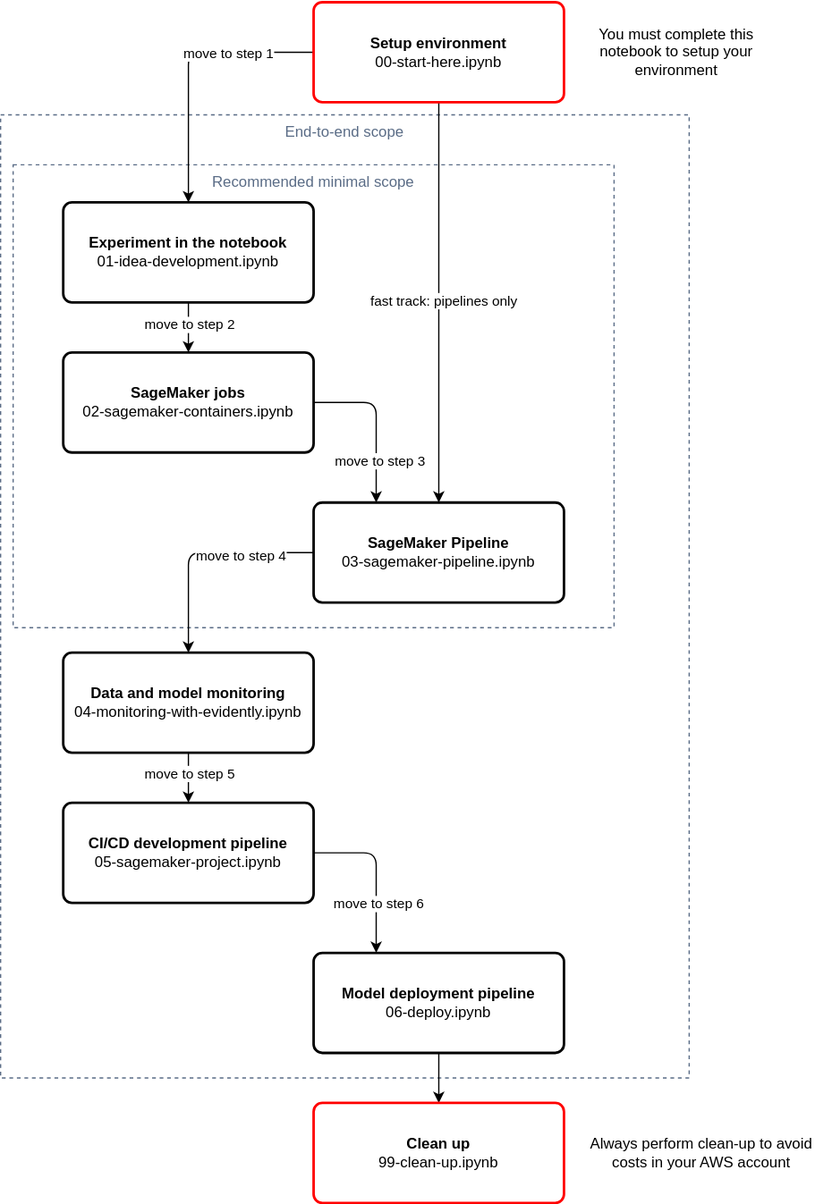
Before: design/workshop-flow.drawio.svg, a diagram exported from draw.io (aws-samples/amazon-sagemaker-from-idea-to-production). Source tidied: cells renumbered, new cells last; positions are measured from the earlier drawing's top-left corner, leaving out a move shared by most shapes.
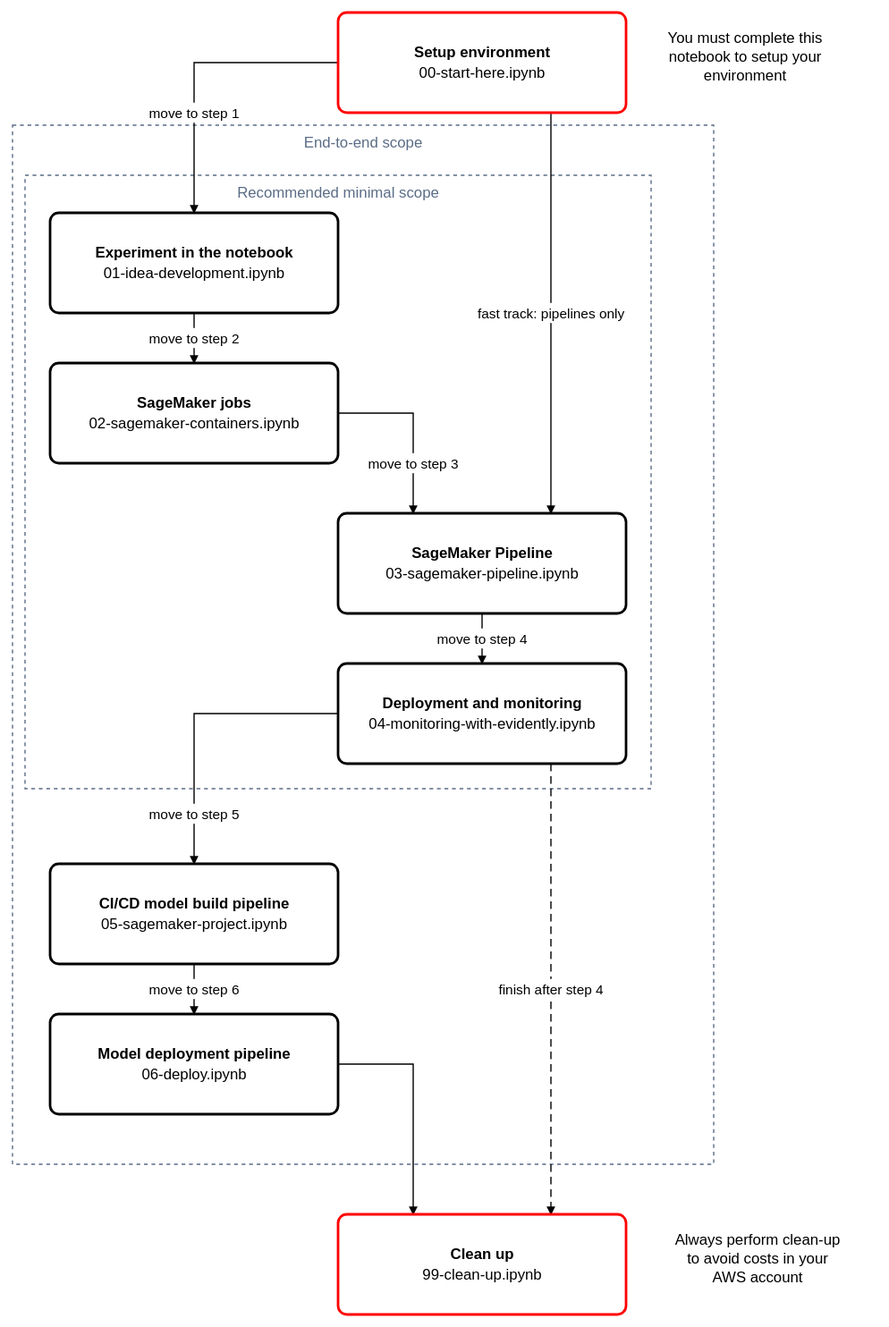
Later version of the same file.

Commit message:
Rebuild workshop flow diagram for new step order

The edit, as a diff of the source:
```diff
@@ -2,108 +2,131 @@
   <root>
     <mxCell id="0" />
     <mxCell id="1" parent="0" />
-    <mxCell id="2" value="End-to-end scope" style="fillColor=none;strokeColor=#5A6C86;dashed=1;verticalAlign=top;fontStyle=0;fontColor=#5A6C86;" parent="1" vertex="1">
-      <mxGeometry y="90" width="550" height="770" as="geometry" />
+    <mxCell id="2" value="End-to-end scope" style="fillColor=none;strokeColor=#5A6C86;dashed=1;verticalAlign=top;fontColor=#5A6C86;" parent="1" vertex="1">
+      <mxGeometry y="90" width="560" height="830" as="geometry" />
     </mxCell>
-    <mxCell id="3" value="Recommended minimal scope" style="fillColor=none;strokeColor=#5A6C86;dashed=1;verticalAlign=top;fontStyle=0;fontColor=#5A6C86;" parent="1" vertex="1">
-      <mxGeometry x="10" y="130" width="480" height="370" as="geometry" />
+    <mxCell id="3" value="Recommended minimal scope" style="fillColor=none;strokeColor=#5A6C86;dashed=1;verticalAlign=top;fontColor=#5A6C86;" parent="1" vertex="1">
+      <mxGeometry x="10" y="130" width="500" height="490" as="geometry" />
     </mxCell>
-    <mxCell id="4" style="edgeStyle=none;html=1;exitX=0.5;exitY=1;exitDx=0;exitDy=0;" parent="1" edge="1" source="8" target="17">
-      <mxGeometry relative="1" as="geometry" />
-    </mxCell>
-    <mxCell id="5" value="fast track: pipelines only" style="edgeLabel;html=1;align=center;verticalAlign=middle;" parent="4" vertex="1">
-      <mxGeometry x="-0.02" y="3" relative="1" as="geometry" />
-    </mxCell>
-    <mxCell id="6" style="edgeStyle=none;html=1;entryX=0.5;entryY=0;entryDx=0;entryDy=0;" parent="1" edge="1" source="8" target="11">
-      <mxGeometry relative="1" as="geometry">
-        <Array as="points">
-          <mxPoint x="150" y="40" />
-        </Array>
-      </mxGeometry>
-    </mxCell>
-    <mxCell id="7" value="move to step 1" style="edgeLabel;html=1;align=center;verticalAlign=middle;" parent="6" vertex="1">
-      <mxGeometry x="-0.37" relative="1" as="geometry" />
-    </mxCell>
     <mxCell id="8" value="&lt;b&gt;Setup environment&lt;/b&gt;&lt;br&gt;00-start-here.ipynb" style="rounded=1;whiteSpace=wrap;html=1;absoluteArcSize=1;arcSize=14;strokeWidth=2;strokeColor=#FF0000;" parent="1" vertex="1">
-      <mxGeometry x="250" width="200" height="80" as="geometry" />
+      <mxGeometry x="260" width="230" height="80" as="geometry" />
     </mxCell>
-    <mxCell id="9" style="edgeStyle=none;html=1;" parent="1" edge="1" source="11" target="14">
-      <mxGeometry relative="1" as="geometry" />
-    </mxCell>
-    <mxCell id="10" value="move to step 2" style="edgeLabel;html=1;align=center;verticalAlign=middle;" parent="9" vertex="1">
-      <mxGeometry x="-0.17" relative="1" as="geometry" />
-    </mxCell>
     <mxCell id="11" value="&lt;b&gt;Experiment in the notebook&lt;/b&gt;&lt;br&gt;01-idea-development.ipynb" style="rounded=1;whiteSpace=wrap;html=1;absoluteArcSize=1;arcSize=14;strokeWidth=2;" parent="1" vertex="1">
-      <mxGeometry x="50" y="160" width="200" height="80" as="geometry" />
+      <mxGeometry x="30" y="160" width="230" height="80" as="geometry" />
     </mxCell>
-    <mxCell id="12" style="edgeStyle=none;html=1;entryX=0.25;entryY=0;entryDx=0;entryDy=0;" parent="1" edge="1" source="14" target="17">
-      <mxGeometry relative="1" as="geometry">
-        <Array as="points">
-          <mxPoint x="300" y="320" />
-        </Array>
-      </mxGeometry>
-    </mxCell>
-    <mxCell id="13" value="move to step 3" style="edgeLabel;html=1;align=center;verticalAlign=middle;" parent="12" vertex="1">
-      <mxGeometry x="0.47" y="2" relative="1" as="geometry">
-        <mxPoint y="1" as="offset" />
-      </mxGeometry>
-    </mxCell>
     <mxCell id="14" value="&lt;b&gt;SageMaker jobs&lt;/b&gt;&lt;br&gt;02-sagemaker-containers.ipynb" style="rounded=1;whiteSpace=wrap;html=1;absoluteArcSize=1;arcSize=14;strokeWidth=2;" parent="1" vertex="1">
-      <mxGeometry x="50" y="280" width="200" height="80" as="geometry" />
+      <mxGeometry x="30" y="280" width="230" height="80" as="geometry" />
     </mxCell>
-    <mxCell id="15" style="edgeStyle=none;html=1;entryX=0.5;entryY=0;entryDx=0;entryDy=0;" parent="1" edge="1" source="17" target="20">
-      <mxGeometry relative="1" as="geometry">
-        <Array as="points">
-          <mxPoint x="150" y="440" />
-        </Array>
-      </mxGeometry>
-    </mxCell>
-    <mxCell id="16" value="move to step 4" style="edgeLabel;html=1;align=center;verticalAlign=middle;" parent="15" vertex="1">
-      <mxGeometry x="-0.34" y="2" relative="1" as="geometry" />
-    </mxCell>
     <mxCell id="17" value="&lt;b&gt;SageMaker Pipeline&lt;/b&gt;&lt;br&gt;03-sagemaker-pipeline.ipynb" style="rounded=1;whiteSpace=wrap;html=1;absoluteArcSize=1;arcSize=14;strokeWidth=2;" parent="1" vertex="1">
-      <mxGeometry x="250" y="400" width="200" height="80" as="geometry" />
+      <mxGeometry x="260" y="400" width="230" height="80" as="geometry" />
     </mxCell>
-    <mxCell id="18" style="edgeStyle=none;html=1;" parent="1" edge="1" source="20" target="23">
-      <mxGeometry relative="1" as="geometry" />
-    </mxCell>
-    <mxCell id="19" value="move to step 5" style="edgeLabel;html=1;align=center;verticalAlign=middle;" parent="18" vertex="1">
-      <mxGeometry x="-0.23" relative="1" as="geometry" />
-    </mxCell>
-    <mxCell id="20" value="&lt;b&gt;Data and model monitoring&lt;/b&gt;&lt;br&gt;04-monitoring-with-evidently.ipynb" style="rounded=1;whiteSpace=wrap;html=1;absoluteArcSize=1;arcSize=14;strokeWidth=2;" parent="1" vertex="1">
-      <mxGeometry x="50" y="520" width="200" height="80" as="geometry" />
-    </mxCell>
-    <mxCell id="21" style="edgeStyle=none;html=1;entryX=0.25;entryY=0;entryDx=0;entryDy=0;" parent="1" edge="1" source="23" target="25">
-      <mxGeometry relative="1" as="geometry">
-        <Array as="points">
-          <mxPoint x="300" y="680" />
-        </Array>
-      </mxGeometry>
-    </mxCell>
-    <mxCell id="22" value="move to step 6" style="edgeLabel;html=1;align=center;verticalAlign=middle;" parent="21" vertex="1">
-      <mxGeometry x="0.38" y="1" relative="1" as="geometry">
-        <mxPoint y="1" as="offset" />
-      </mxGeometry>
-    </mxCell>
-    <mxCell id="23" value="&lt;b&gt;CI/CD development pipeline&lt;/b&gt;&lt;br&gt;05-sagemaker-project.ipynb" style="rounded=1;whiteSpace=wrap;html=1;absoluteArcSize=1;arcSize=14;strokeWidth=2;" parent="1" vertex="1">
-      <mxGeometry x="50" y="640" width="200" height="80" as="geometry" />
-    </mxCell>
-    <mxCell id="24" style="edgeStyle=none;html=1;" parent="1" edge="1" source="25">
-      <mxGeometry relative="1" as="geometry">
-        <mxPoint x="350" y="880" as="targetPoint" />
-      </mxGeometry>
-    </mxCell>
+    <mxCell id="29" value="&lt;b&gt;Deployment and monitoring&lt;/b&gt;&lt;br&gt;04-monitoring-with-evidently.ipynb" style="rounded=1;whiteSpace=wrap;html=1;absoluteArcSize=1;arcSize=14;strokeWidth=2;" parent="1" vertex="1">
+      <mxGeometry x="260" y="520" width="230" height="80" as="geometry" />
+    </mxCell>
+    <mxCell id="30" value="&lt;b&gt;CI/CD model build pipeline&lt;/b&gt;&lt;br&gt;05-sagemaker-project.ipynb" style="rounded=1;whiteSpace=wrap;html=1;absoluteArcSize=1;arcSize=14;strokeWidth=2;" parent="1" vertex="1">
+      <mxGeometry x="30" y="680" width="230" height="80" as="geometry" />
+    </mxCell>
     <mxCell id="25" value="&lt;b&gt;Model deployment pipeline&lt;/b&gt;&lt;br&gt;06-deploy.ipynb" style="rounded=1;whiteSpace=wrap;html=1;absoluteArcSize=1;arcSize=14;strokeWidth=2;" parent="1" vertex="1">
-      <mxGeometry x="250" y="760" width="200" height="80" as="geometry" />
+      <mxGeometry x="30" y="800" width="230" height="80" as="geometry" />
     </mxCell>
     <mxCell id="26" value="&lt;b&gt;Clean up&lt;/b&gt;&lt;br&gt;99-clean-up.ipynb" style="rounded=1;whiteSpace=wrap;html=1;absoluteArcSize=1;arcSize=14;strokeWidth=2;strokeColor=#FF0000;" parent="1" vertex="1">
-      <mxGeometry x="250" y="880" width="200" height="80" as="geometry" />
+      <mxGeometry x="260" y="960" width="230" height="80" as="geometry" />
     </mxCell>
-    <mxCell id="27" value="You must complete this notebook to setup your environment" style="text;html=1;strokeColor=none;fillColor=none;align=center;verticalAlign=middle;whiteSpace=wrap;rounded=0;" parent="1" vertex="1">
-      <mxGeometry x="460" y="25" width="160" height="30" as="geometry" />
+    <mxCell id="27" value="You must complete this notebook to setup your environment" style="text;html=1;align=center;verticalAlign=middle;whiteSpace=wrap;" parent="1" vertex="1">
+      <mxGeometry x="500" y="20" width="170" height="40" as="geometry" />
     </mxCell>
-    <mxCell id="28" value="Always perform clean-up to avoid costs in your AWS account" style="text;html=1;strokeColor=none;fillColor=none;align=center;verticalAlign=middle;whiteSpace=wrap;rounded=0;" parent="1" vertex="1">
-      <mxGeometry x="470" y="905" width="180" height="30" as="geometry" />
+    <mxCell id="28" value="Always perform clean-up to avoid costs in your AWS account" style="text;html=1;align=center;verticalAlign=middle;whiteSpace=wrap;" parent="1" vertex="1">
+      <mxGeometry x="500" y="980" width="190" height="40" as="geometry" />
     </mxCell>
+    <mxCell id="31" style="edgeStyle=none;html=1;" parent="1" edge="1">
+      <mxGeometry relative="1" as="geometry">
+        <mxPoint x="260" y="40" as="sourcePoint" />
+        <mxPoint x="145" y="160" as="targetPoint" />
+        <Array as="points">
+          <mxPoint x="145" y="40" />
+        </Array>
+      </mxGeometry>
+    </mxCell>
+    <mxCell id="7" value="move to step 1" style="edgeLabel;html=1;align=center;verticalAlign=middle;" parent="31" vertex="1">
+      <mxGeometry relative="1" as="geometry" />
+    </mxCell>
+    <mxCell id="32" style="edgeStyle=none;html=1;" parent="1" edge="1">
+      <mxGeometry relative="1" as="geometry">
+        <mxPoint x="145" y="240" as="sourcePoint" />
+        <mxPoint x="145" y="280" as="targetPoint" />
+      </mxGeometry>
+    </mxCell>
+    <mxCell id="10" value="move to step 2" style="edgeLabel;html=1;align=center;verticalAlign=middle;" parent="32" vertex="1">
+      <mxGeometry relative="1" as="geometry" />
+    </mxCell>
+    <mxCell id="33" style="edgeStyle=none;html=1;" parent="1" edge="1">
+      <mxGeometry relative="1" as="geometry">
+        <mxPoint x="260" y="320" as="sourcePoint" />
+        <mxPoint x="320" y="400" as="targetPoint" />
+        <Array as="points">
+          <mxPoint x="320" y="320" />
+        </Array>
+      </mxGeometry>
+    </mxCell>
+    <mxCell id="13" value="move to step 3" style="edgeLabel;html=1;align=center;verticalAlign=middle;" parent="33" vertex="1">
+      <mxGeometry relative="1" as="geometry" />
+    </mxCell>
+    <mxCell id="34" style="edgeStyle=none;html=1;" parent="1" edge="1">
+      <mxGeometry relative="1" as="geometry">
+        <mxPoint x="430" y="80" as="sourcePoint" />
+        <mxPoint x="430" y="400" as="targetPoint" />
+      </mxGeometry>
+    </mxCell>
+    <mxCell id="5" value="fast track: pipelines only" style="edgeLabel;html=1;align=center;verticalAlign=middle;" parent="34" vertex="1">
+      <mxGeometry relative="1" as="geometry" />
+    </mxCell>
+    <mxCell id="35" style="edgeStyle=none;html=1;" parent="1" edge="1">
+      <mxGeometry relative="1" as="geometry">
+        <mxPoint x="375" y="480" as="sourcePoint" />
+        <mxPoint x="375" y="520" as="targetPoint" />
+      </mxGeometry>
+    </mxCell>
+    <mxCell id="16" value="move to step 4" style="edgeLabel;html=1;align=center;verticalAlign=middle;" parent="35" vertex="1">
+      <mxGeometry relative="1" as="geometry" />
+    </mxCell>
+    <mxCell id="36" style="edgeStyle=none;html=1;" parent="1" edge="1">
+      <mxGeometry relative="1" as="geometry">
+        <mxPoint x="260" y="560" as="sourcePoint" />
+        <mxPoint x="145" y="680" as="targetPoint" />
+        <Array as="points">
+          <mxPoint x="145" y="560" />
+        </Array>
+      </mxGeometry>
+    </mxCell>
+    <mxCell id="19" value="move to step 5" style="edgeLabel;html=1;align=center;verticalAlign=middle;" parent="36" vertex="1">
+      <mxGeometry relative="1" as="geometry" />
+    </mxCell>
+    <mxCell id="37" style="edgeStyle=none;html=1;" parent="1" edge="1">
+      <mxGeometry relative="1" as="geometry">
+        <mxPoint x="145" y="760" as="sourcePoint" />
+        <mxPoint x="145" y="800" as="targetPoint" />
+      </mxGeometry>
+    </mxCell>
+    <mxCell id="22" value="move to step 6" style="edgeLabel;html=1;align=center;verticalAlign=middle;" parent="37" vertex="1">
+      <mxGeometry relative="1" as="geometry" />
+    </mxCell>
+    <mxCell id="38" style="edgeStyle=none;html=1;" parent="1" edge="1">
+      <mxGeometry relative="1" as="geometry">
+        <mxPoint x="260" y="840" as="sourcePoint" />
+        <mxPoint x="320" y="960" as="targetPoint" />
+        <Array as="points">
+          <mxPoint x="320" y="840" />
+        </Array>
+      </mxGeometry>
+    </mxCell>
+    <mxCell id="39" style="edgeStyle=none;html=1;dashed=1;" parent="1" edge="1">
+      <mxGeometry relative="1" as="geometry">
+        <mxPoint x="430" y="600" as="sourcePoint" />
+        <mxPoint x="430" y="960" as="targetPoint" />
+      </mxGeometry>
+    </mxCell>
+    <mxCell id="40" value="finish after step 4" style="edgeLabel;html=1;align=center;verticalAlign=middle;" parent="39" vertex="1">
+      <mxGeometry relative="1" as="geometry" />
+    </mxCell>
   </root>
 </mxGraphModel>
```
